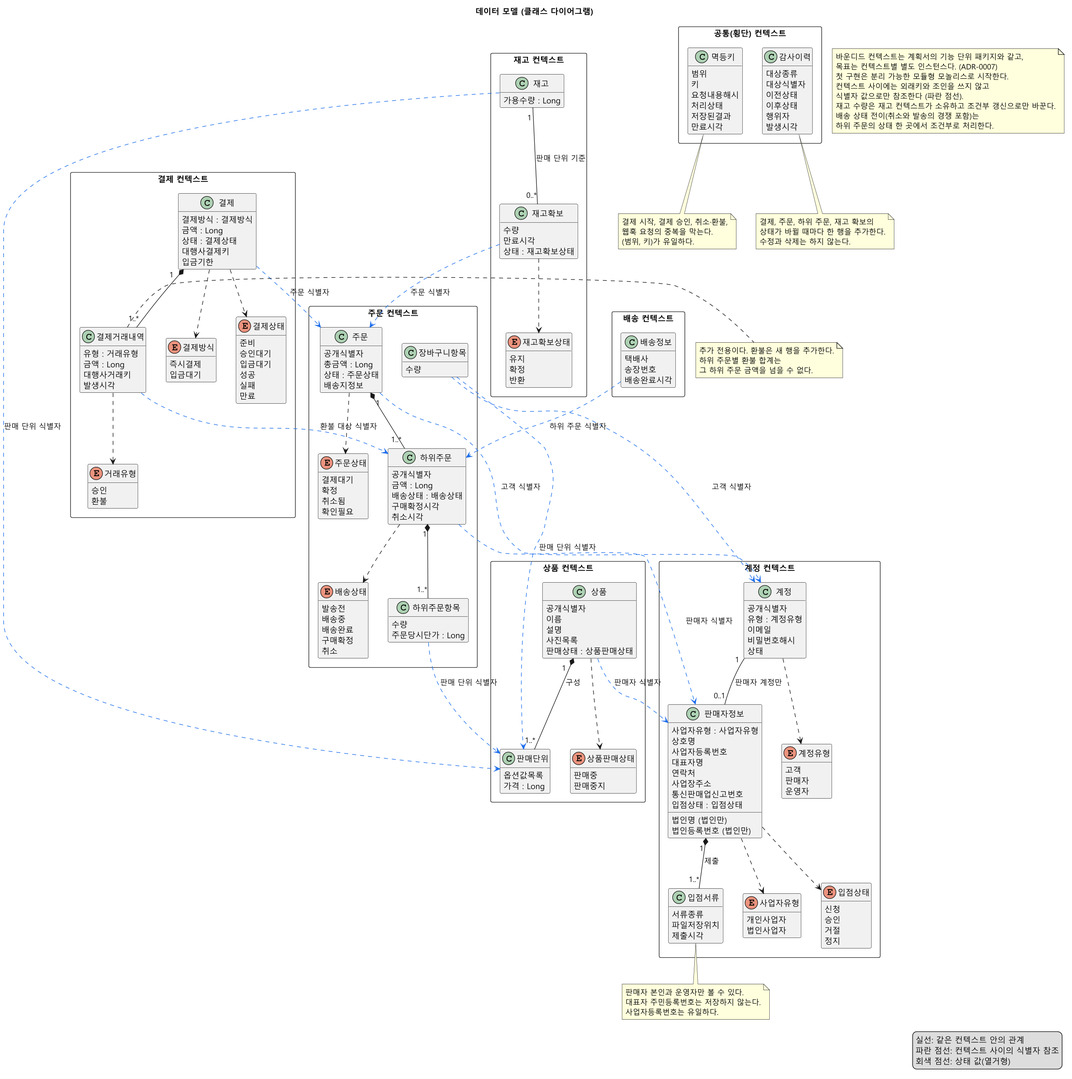
Above: specs/001-multiseller-commerce-core/diagrams/data-model-class.png in parknahyun/shopflow (PlantUML), before the change.
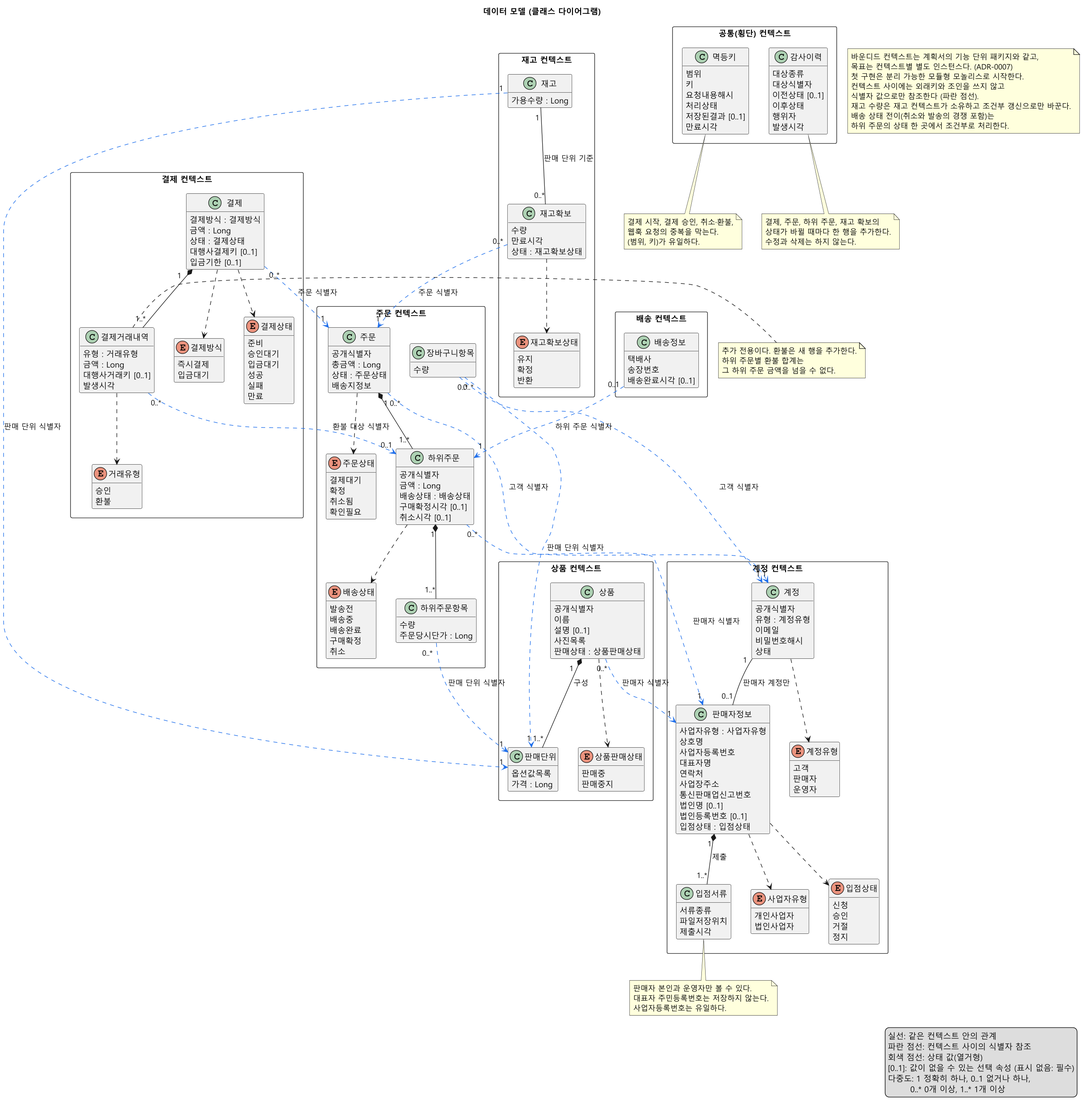
Later version of the same file.

Diff of the diagram source:
```diff
@@ -1,6 +1,6 @@
 @startuml
-skinparam defaultFontName "Malgun Gothic"
-skinparam dpi 130
+skinparamlocked defaultFontName Malgun Gothic
+skinparamlocked dpi 130
 title 데이터 모델 (클래스 다이어그램)
 
 skinparam shadowing false
@@ -23,8 +23,8 @@
     연락처
     사업장주소
     통신판매업신고번호
-    법인명 (법인만)
-    법인등록번호 (법인만)
+    법인명 [0..1]
+    법인등록번호 [0..1]
     입점상태 : 입점상태
   }
   class 입점서류 {
@@ -53,7 +53,7 @@
   class 상품 {
     공개식별자
     이름
-    설명
+    설명 [0..1]
     사진목록
     판매상태 : 상품판매상태
   }
@@ -97,8 +97,8 @@
     공개식별자
     금액 : Long
     배송상태 : 배송상태
-    구매확정시각
-    취소시각
+    구매확정시각 [0..1]
+    취소시각 [0..1]
   }
   class 하위주문항목 {
     수량
@@ -123,7 +123,7 @@
   class 배송정보 {
     택배사
     송장번호
-    배송완료시각
+    배송완료시각 [0..1]
   }
 }
 
@@ -132,13 +132,13 @@
     결제방식 : 결제방식
     금액 : Long
     상태 : 결제상태
-    대행사결제키
-    입금기한
+    대행사결제키 [0..1]
+    입금기한 [0..1]
   }
   class 결제거래내역 {
     유형 : 거래유형
     금액 : Long
-    대행사거래키
+    대행사거래키 [0..1]
     발생시각
   }
   enum 결제방식 {
@@ -165,13 +165,13 @@
     키
     요청내용해시
     처리상태
-    저장된결과
+    저장된결과 [0..1]
     만료시각
   }
   class 감사이력 {
     대상종류
     대상식별자
-    이전상태
+    이전상태 [0..1]
     이후상태
     행위자
     발생시각
@@ -197,17 +197,17 @@
 재고 "1" -- "0..*" 재고확보 : 판매 단위 기준
 결제 "1" *-- "1..*" 결제거래내역
 
-상품 -[#1f6feb,dashed]-> 판매자정보 : 판매자 식별자
-장바구니항목 -[#1f6feb,dashed]-> 계정 : 고객 식별자
-장바구니항목 -[#1f6feb,dashed]-> 판매단위 : 판매 단위 식별자
-주문 -[#1f6feb,dashed]-> 계정 : 고객 식별자
-하위주문 -[#1f6feb,dashed]-> 판매자정보 : 판매자 식별자
-하위주문항목 -[#1f6feb,dashed]-> 판매단위 : 판매 단위 식별자
-재고 -[#1f6feb,dashed]-> 판매단위 : 판매 단위 식별자
-재고확보 -[#1f6feb,dashed]-> 주문 : 주문 식별자
-배송정보 -[#1f6feb,dashed]-> 하위주문 : 하위 주문 식별자
-결제 -[#1f6feb,dashed]-> 주문 : 주문 식별자
-결제거래내역 -[#1f6feb,dashed]-> 하위주문 : 환불 대상 식별자
+상품 "0..*" -[#1f6feb,dashed]-> "1" 판매자정보 : 판매자 식별자
+장바구니항목 "0..*" -[#1f6feb,dashed]-> "1" 계정 : 고객 식별자
+장바구니항목 "0..*" -[#1f6feb,dashed]-> "1" 판매단위 : 판매 단위 식별자
+주문 "0..*" -[#1f6feb,dashed]-> "1" 계정 : 고객 식별자
+하위주문 "0..*" -[#1f6feb,dashed]-> "1" 판매자정보 : 판매자 식별자
+하위주문항목 "0..*" -[#1f6feb,dashed]-> "1" 판매단위 : 판매 단위 식별자
+재고 "1" -[#1f6feb,dashed]-> "1" 판매단위 : 판매 단위 식별자
+재고확보 "0..*" -[#1f6feb,dashed]-> "1" 주문 : 주문 식별자
+배송정보 "0..1" -[#1f6feb,dashed]-> "1" 하위주문 : 하위 주문 식별자
+결제 "0..*" -[#1f6feb,dashed]-> "1" 주문 : 주문 식별자
+결제거래내역 "0..*" -[#1f6feb,dashed]-> "0..1" 하위주문 : 환불 대상 식별자
 
 note bottom of 입점서류
   판매자 본인과 운영자만 볼 수 있다.
@@ -248,5 +248,8 @@
   실선: 같은 컨텍스트 안의 관계
   파란 점선: 컨텍스트 사이의 식별자 참조
   회색 점선: 상태 값(열거형)
+  [0..1]: 값이 없을 수 있는 선택 속성 (표시 없음: 필수)
+  다중도: 1 정확히 하나, 0..1 없거나 하나,
+          0..* 0개 이상, 1..* 1개 이상
 endlegend
 @enduml
```
